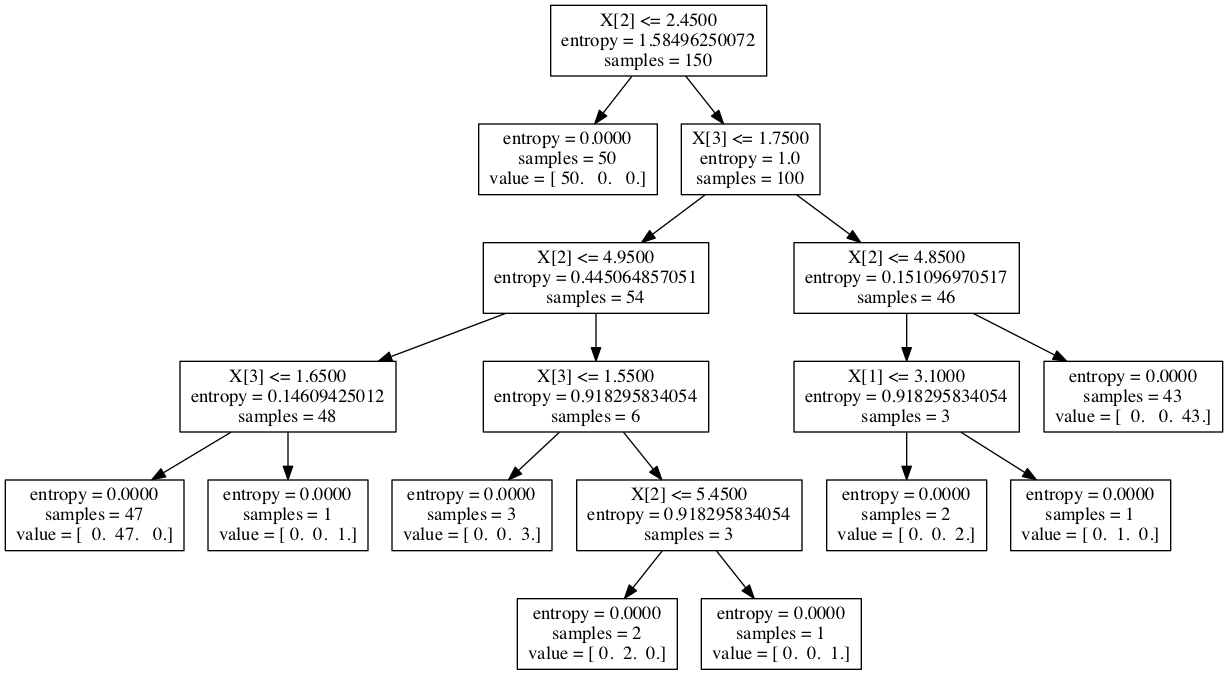
Earlier version of the Graphviz export iris_complex.png (brianspiering/decision_tree_intro). Its source is kept beside it as iris_complex.dot.
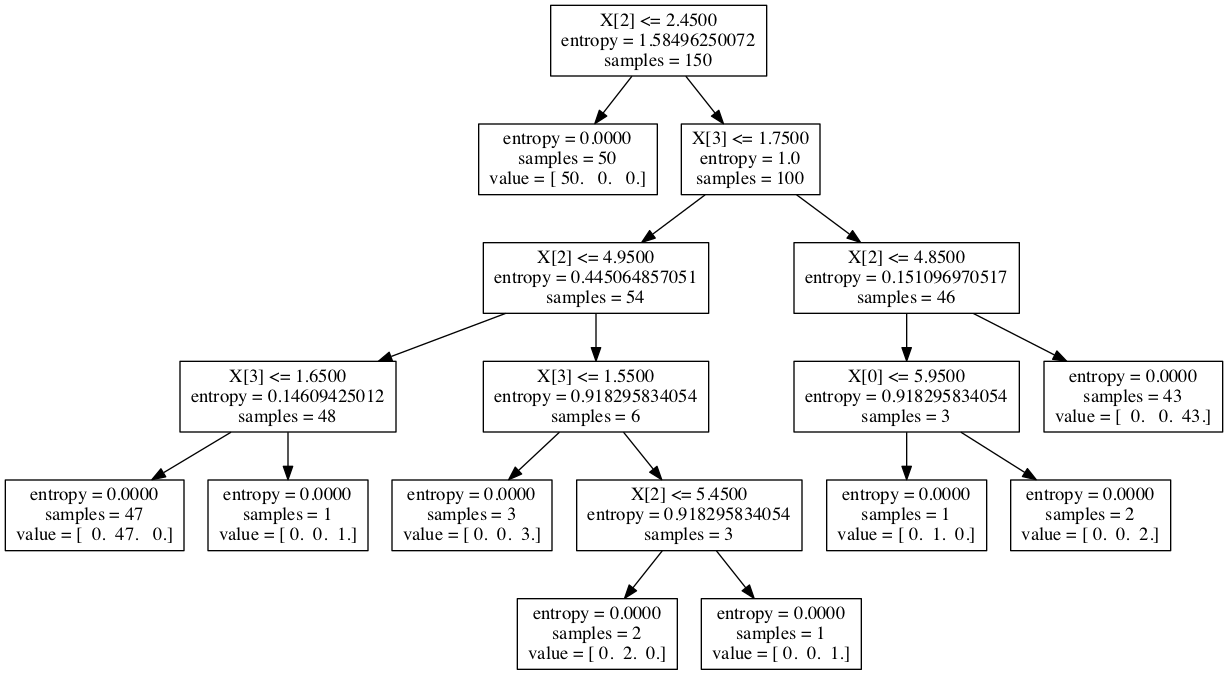
After the commit.

What changed in the source:
```diff
@@ -24,11 +24,11 @@
 9 -> 11 ;
 12 [label="X[2] <= 4.8500\nentropy = 0.151096970517\nsamples = 46", shape="box"] ;
 2 -> 12 ;
-13 [label="X[1] <= 3.1000\nentropy = 0.918295834054\nsamples = 3", shape="box"] ;
+13 [label="X[0] <= 5.9500\nentropy = 0.918295834054\nsamples = 3", shape="box"] ;
 12 -> 13 ;
-14 [label="entropy = 0.0000\nsamples = 2\nvalue = [ 0.  0.  2.]", shape="box"] ;
+14 [label="entropy = 0.0000\nsamples = 1\nvalue = [ 0.  1.  0.]", shape="box"] ;
 13 -> 14 ;
-15 [label="entropy = 0.0000\nsamples = 1\nvalue = [ 0.  1.  0.]", shape="box"] ;
+15 [label="entropy = 0.0000\nsamples = 2\nvalue = [ 0.  0.  2.]", shape="box"] ;
 13 -> 15 ;
 16 [label="entropy = 0.0000\nsamples = 43\nvalue = [  0.   0.  43.]", shape="box"] ;
 12 -> 16 ;
```
